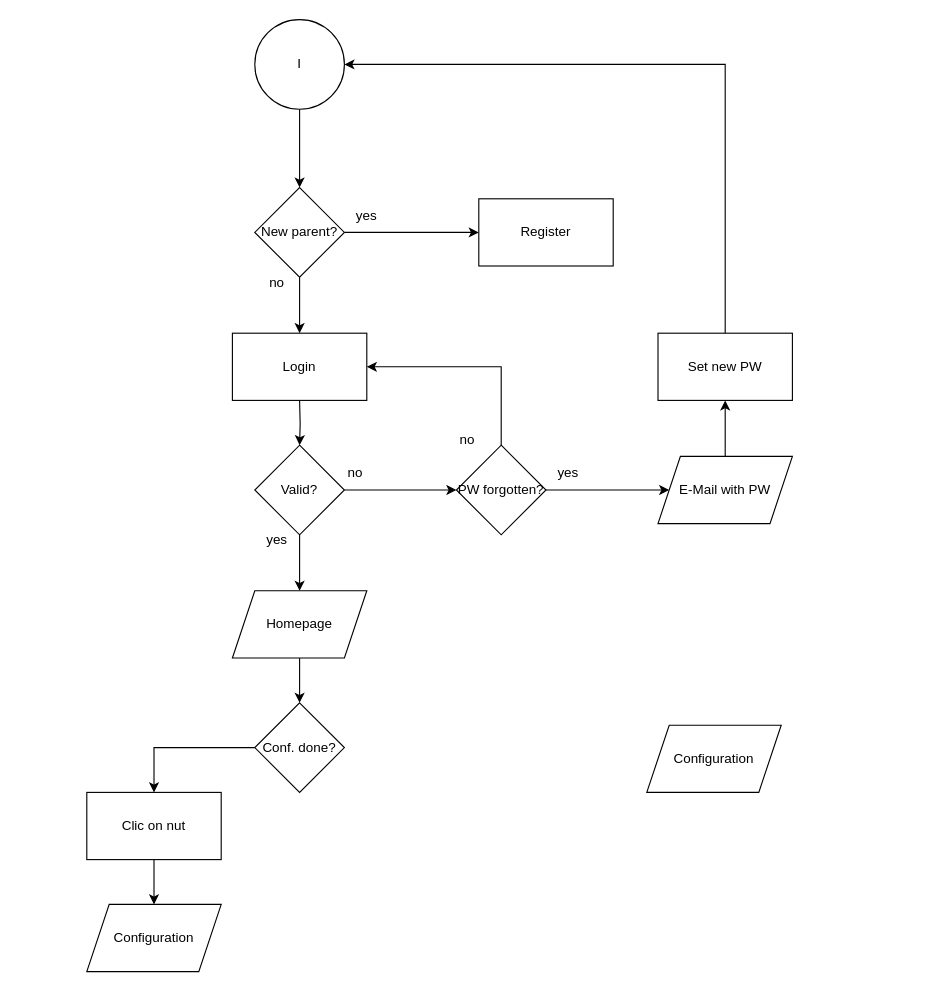
The draw.io diagram page "Flow Diagramm" (1 of 2) of Untitled Diagram.drawio in memfu/Desarrollo-Interfaces, before the edit. Source tidied: cells renumbered, new cells numbered last; positions are measured from the earlier drawing's top-left corner, leaving out a move shared by most shapes. Both pictures are drawn from the tidied source at 112%, with x=0, y=0 at pixel (86, 19).
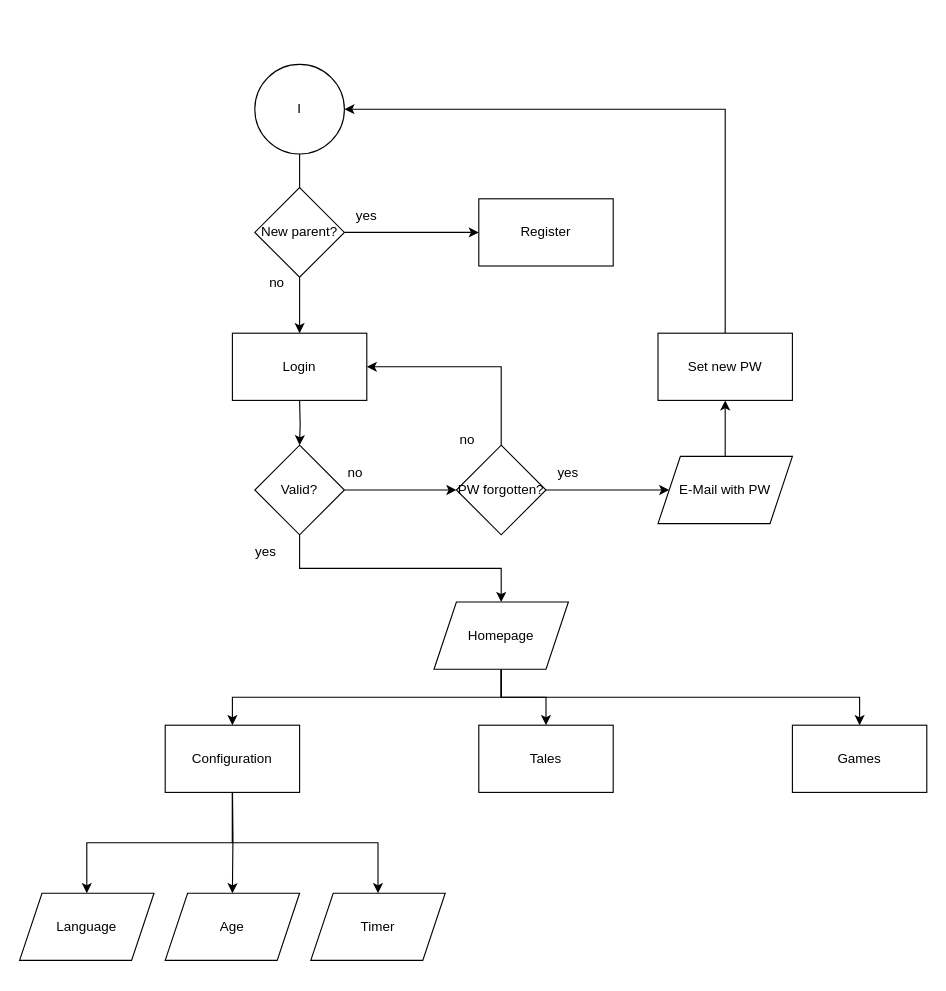
Above is the later version.

The change refers to these unchanged cells:
```xml
<mxCell id="10" value="Valid?" style="rhombus;whiteSpace=wrap;html=1;" parent="1" vertex="1">
  <mxGeometry x="150" y="380" width="80" height="80" as="geometry" />
</mxCell>
<mxCell id="25" value="Set new PW" style="rounded=0;whiteSpace=wrap;html=1;" parent="1" vertex="1">
  <mxGeometry x="510" y="280" width="120" height="60" as="geometry" />
</mxCell>
```

What changed in the source:
```diff
@@
     <mxCell id="2" value="I" style="ellipse;whiteSpace=wrap;html=1;" parent="1" vertex="1">
-      <mxGeometry x="150" width="80" height="80" as="geometry" />
+      <mxGeometry x="150" y="40" width="80" height="80" as="geometry" />
     </mxCell>
     <mxCell id="3" style="endArrow=classic;html=1;rounded=0;exitX=0.5;exitY=1;exitDx=0;exitDy=0;" parent="1" edge="1" source="2">
       <mxGeometry relative="1" as="geometry">
-        <mxPoint x="190" y="150" as="targetPoint" />
+        <mxPoint x="190" y="190" as="targetPoint" />
       </mxGeometry>
     </mxCell>
@@
-    <mxCell id="8" style="edgeStyle=orthogonalEdgeStyle;rounded=0;jettySize=auto;html=1;entryX=0.5;entryY=0;entryDx=0;entryDy=0;" parent="1" edge="1" source="10" target="27">
+    <mxCell id="8" style="edgeStyle=orthogonalEdgeStyle;rounded=0;jettySize=auto;html=1;entryX=0.5;entryY=0;entryDx=0;entryDy=0;exitX=0.5;exitY=1;exitDx=0;exitDy=0;" parent="1" edge="1" source="10" target="27">
       <mxGeometry relative="1" as="geometry" />
     </mxCell>
@@
     <mxCell id="11" value="yes" style="text;html=1;align=center;verticalAlign=middle;whiteSpace=wrap;rounded=0;" parent="1" vertex="1">
-      <mxGeometry x="140" y="450" width="60" height="30" as="geometry" />
+      <mxGeometry x="130" y="460" width="60" height="30" as="geometry" />
     </mxCell>
@@
     <mxCell id="24" style="edgeStyle=orthogonalEdgeStyle;rounded=0;jettySize=auto;html=1;entryX=1;entryY=0.5;entryDx=0;entryDy=0;" parent="1" edge="1" source="25" target="2">
       <mxGeometry relative="1" as="geometry">
         <Array as="points">
-          <mxPoint x="570" y="40" />
+          <mxPoint x="570" y="80" />
         </Array>
       </mxGeometry>
     </mxCell>
@@
-    <mxCell id="26" style="edgeStyle=orthogonalEdgeStyle;rounded=0;jettySize=auto;html=1;" parent="1" edge="1" source="27" target="31">
+    <mxCell id="26" style="edgeStyle=orthogonalEdgeStyle;rounded=0;jettySize=auto;html=1;entryX=0.5;entryY=0;entryDx=0;entryDy=0;exitX=0.5;exitY=1;exitDx=0;exitDy=0;" parent="1" edge="1" source="27" target="42">
       <mxGeometry relative="1" as="geometry" />
     </mxCell>
+    <mxCell id="34" style="edgeStyle=orthogonalEdgeStyle;rounded=0;jettySize=auto;html=1;entryX=0.5;entryY=0;entryDx=0;entryDy=0;" parent="1" edge="1" source="27" target="43">
+      <mxGeometry relative="1" as="geometry" />
+    </mxCell>
+    <mxCell id="35" style="edgeStyle=orthogonalEdgeStyle;rounded=0;jettySize=auto;html=1;entryX=0.5;entryY=0;entryDx=0;entryDy=0;exitX=0.5;exitY=1;exitDx=0;exitDy=0;" parent="1" edge="1" source="27" target="44">
+      <mxGeometry relative="1" as="geometry" />
+    </mxCell>
     <mxCell id="27" value="Homepage" style="shape=parallelogram;perimeter=parallelogramPerimeter;whiteSpace=wrap;html=1;fixedSize=1;" parent="1" vertex="1">
-      <mxGeometry x="130" y="510" width="120" height="60" as="geometry" />
+      <mxGeometry x="310" y="520" width="120" height="60" as="geometry" />
     </mxCell>
-    <mxCell id="28" value="Configuration" style="shape=parallelogram;perimeter=parallelogramPerimeter;whiteSpace=wrap;html=1;fixedSize=1;" parent="1" vertex="1">
-      <mxGeometry y="790" width="120" height="60" as="geometry" />
-    </mxCell>
-    <mxCell id="29" value="Configuration" style="shape=parallelogram;perimeter=parallelogramPerimeter;whiteSpace=wrap;html=1;fixedSize=1;" parent="1" vertex="1">
-      <mxGeometry x="500" y="630" width="120" height="60" as="geometry" />
-    </mxCell>
-    <mxCell id="30" style="edgeStyle=orthogonalEdgeStyle;rounded=0;jettySize=auto;html=1;entryX=0.5;entryY=0;entryDx=0;entryDy=0;" parent="1" edge="1" source="31" target="33">
-      <mxGeometry relative="1" as="geometry" />
-    </mxCell>
-    <mxCell id="31" value="Conf. done?" style="rhombus;whiteSpace=wrap;html=1;" parent="1" vertex="1">
-      <mxGeometry x="150" y="610" width="80" height="80" as="geometry" />
-    </mxCell>
-    <mxCell id="32" style="edgeStyle=orthogonalEdgeStyle;rounded=0;jettySize=auto;html=1;" parent="1" edge="1" source="33" target="28">
-      <mxGeometry relative="1" as="geometry" />
-    </mxCell>
-    <mxCell id="33" value="Clic on nut" style="rounded=0;whiteSpace=wrap;html=1;" parent="1" vertex="1">
-      <mxGeometry y="690" width="120" height="60" as="geometry" />
-    </mxCell>
+    <mxCell id="36" style="edgeStyle=orthogonalEdgeStyle;rounded=0;jettySize=auto;html=1;entryX=0.5;entryY=0;entryDx=0;entryDy=0;exitX=0.5;exitY=1;exitDx=0;exitDy=0;" parent="1" edge="1" source="42" target="39">
+      <mxGeometry relative="1" as="geometry" />
+    </mxCell>
+    <mxCell id="37" style="edgeStyle=orthogonalEdgeStyle;rounded=0;jettySize=auto;html=1;entryX=0.5;entryY=0;entryDx=0;entryDy=0;" parent="1" edge="1" target="40">
+      <mxGeometry relative="1" as="geometry">
+        <mxPoint x="130" y="680" as="sourcePoint" />
+      </mxGeometry>
+    </mxCell>
+    <mxCell id="38" style="edgeStyle=orthogonalEdgeStyle;rounded=0;jettySize=auto;html=1;entryX=0.5;entryY=0;entryDx=0;entryDy=0;exitX=0.5;exitY=1;exitDx=0;exitDy=0;" parent="1" edge="1" source="42" target="41">
+      <mxGeometry relative="1" as="geometry" />
+    </mxCell>
+    <mxCell id="39" value="Language" style="shape=parallelogram;perimeter=parallelogramPerimeter;whiteSpace=wrap;html=1;fixedSize=1;" parent="1" vertex="1">
+      <mxGeometry x="-60" y="780" width="120" height="60" as="geometry" />
+    </mxCell>
+    <mxCell id="40" value="Age" style="shape=parallelogram;perimeter=parallelogramPerimeter;whiteSpace=wrap;html=1;fixedSize=1;" parent="1" vertex="1">
+      <mxGeometry x="70" y="780" width="120" height="60" as="geometry" />
+    </mxCell>
+    <mxCell id="41" value="Timer" style="shape=parallelogram;perimeter=parallelogramPerimeter;whiteSpace=wrap;html=1;fixedSize=1;" parent="1" vertex="1">
+      <mxGeometry x="200" y="780" width="120" height="60" as="geometry" />
+    </mxCell>
+    <mxCell id="42" value="Configuration" style="rounded=0;whiteSpace=wrap;html=1;" parent="1" vertex="1">
+      <mxGeometry x="70" y="630" width="120" height="60" as="geometry" />
+    </mxCell>
+    <mxCell id="43" value="Tales" style="rounded=0;whiteSpace=wrap;html=1;" parent="1" vertex="1">
+      <mxGeometry x="350" y="630" width="120" height="60" as="geometry" />
+    </mxCell>
+    <mxCell id="44" value="Games" style="rounded=0;whiteSpace=wrap;html=1;" parent="1" vertex="1">
+      <mxGeometry x="630" y="630" width="120" height="60" as="geometry" />
+    </mxCell>
```
